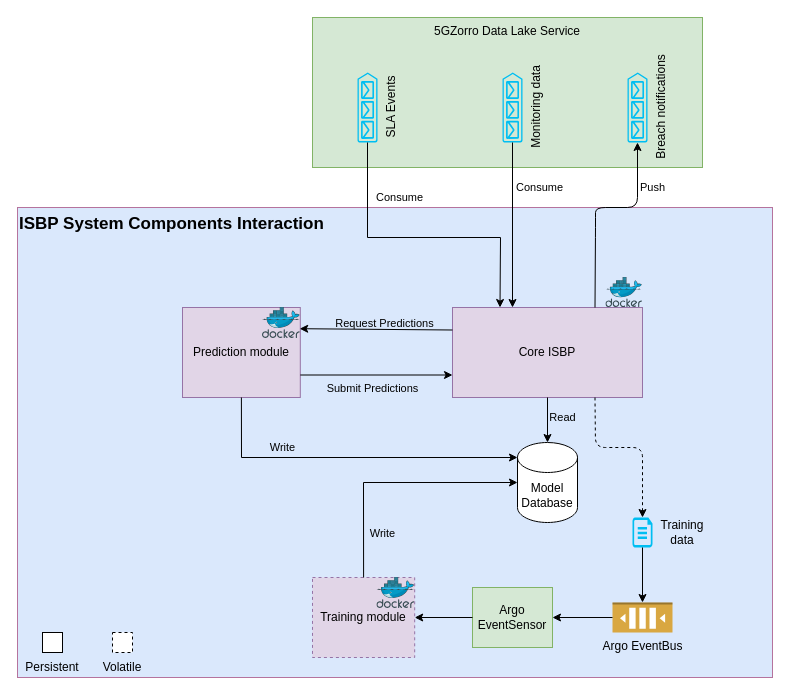
Earlier version of the draw.io diagram ISBP-Argo - Copy.drawio (5GZORRO/sla-breach-predictor). Source tidied: cells renumbered, new cells numbered last; positions are measured from the earlier drawing's top-left corner, leaving out a move shared by most shapes. Both pictures are drawn from the tidied source at 100%, with x=0, y=0 at pixel (17, 17).
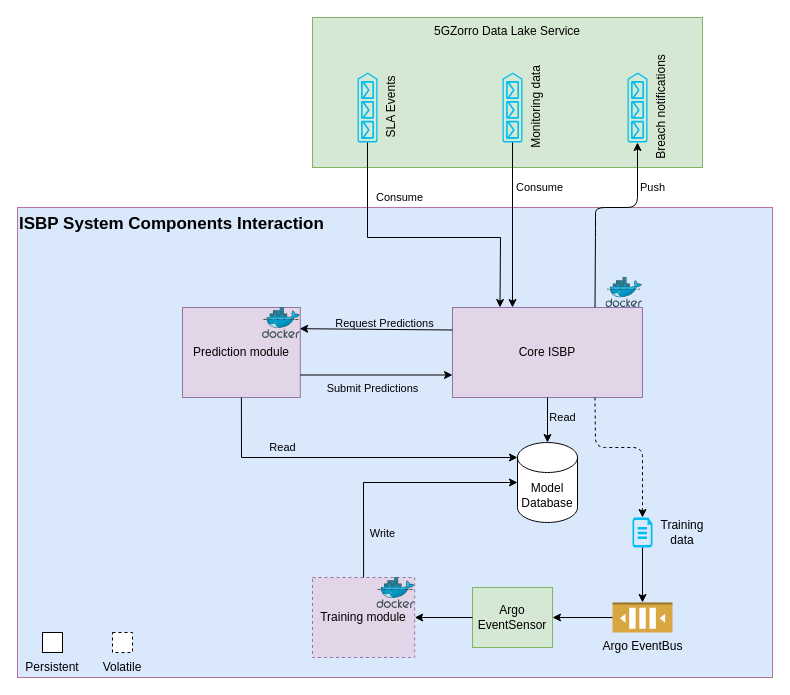
The same page after the edit.

Commit message (it also covers changes not shown here):
Fixed architectural figure

Unchanged cells that the change refers to:
```xml
<mxCell id="11" value="Prediction module" style="rounded=0;whiteSpace=wrap;html=1;fontSize=12;align=center;fillColor=#e1d5e7;strokeColor=#9673a6;" parent="1" vertex="1">
  <mxGeometry x="165" y="290" width="117.8" height="90" as="geometry" />
</mxCell>
<mxCell id="34" value="Model Database" style="shape=cylinder3;whiteSpace=wrap;html=1;boundedLbl=1;backgroundOutline=1;size=15;labelBackgroundColor=none;" parent="1" vertex="1">
  <mxGeometry x="500" y="425" width="60" height="80" as="geometry" />
</mxCell>
```

The edit, as a diff of the source:
```diff
@@
-    <mxCell id="39" value="Write" style="endArrow=classic;html=1;rounded=0;labelBackgroundColor=none;exitX=0.5;exitY=1;exitDx=0;exitDy=0;entryX=0;entryY=0;entryDx=0;entryDy=15;entryPerimeter=0;" parent="1" edge="1" source="11" target="34">
+    <mxCell id="39" value="Read" style="endArrow=classic;html=1;rounded=0;labelBackgroundColor=none;exitX=0.5;exitY=1;exitDx=0;exitDy=0;entryX=0;entryY=0;entryDx=0;entryDy=15;entryPerimeter=0;" parent="1" edge="1" source="11" target="34">
       <mxGeometry x="-0.4" y="10" relative="1" as="geometry">
         <Array as="points">
           <mxPoint x="224" y="440" />
         </Array>
       </mxGeometry>
     </mxCell>
```
